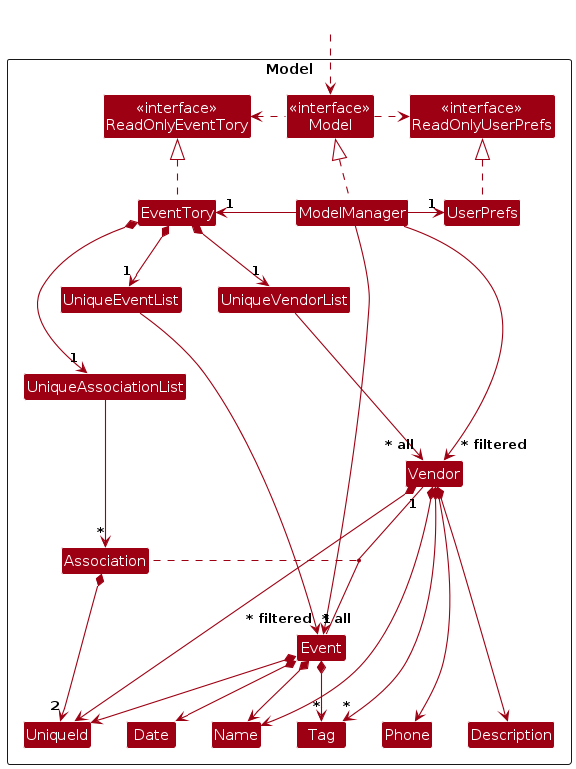
Earlier version of the PlantUML export diagrams/ModelClassDiagram.png (AY2425S1-CS2103-F13-2/tp). Its source is kept beside it as diagrams/ModelClassDiagram.puml.
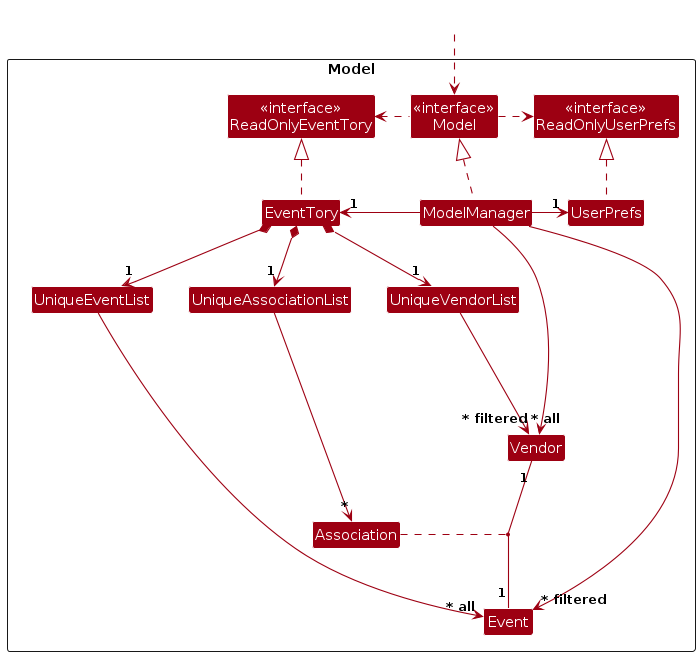
After the commit.

Change to the diagram source:
```diff
@@ -4,30 +4,25 @@
 skinparam arrowColor MODEL_COLOR
 skinparam classBackgroundColor MODEL_COLOR
 
-Package Model as ModelPackage <<Rectangle>>{
-Class "<<interface>>\nReadOnlyEventTory" as ReadOnlyEventTory
-Class "<<interface>>\nReadOnlyUserPrefs" as ReadOnlyUserPrefs
-Class "<<interface>>\nModel" as Model
-Class EventTory
-Class ModelManager
-Class UserPrefs
+Package Model as ModelPackage <<Rectangle>> {
+    Class "<<interface>>\nReadOnlyEventTory" as ReadOnlyEventTory
+    Class "<<interface>>\nReadOnlyUserPrefs" as ReadOnlyUserPrefs
+    Class "<<interface>>\nModel" as Model
+    Class EventTory
+    Class ModelManager
+    Class UserPrefs
 
-Class UniqueVendorList
-Class Vendor
-Class Description
-Class Name
-Class Phone
-Class Tag
-Class UniqueId
+    together {
+        Class UniqueVendorList
+        Class UniqueEventList
+        Class UniqueAssociationList
+    }
 
-Class UniqueEventList
-Class Event
-Class Date
+    Class Vendor
+    Class Event
+    Class Association
 
-Class UniqueAssociationList
-Class Association
-
-Class I #FFFFFF
+    Class I #FFFFFF
 }
 
 Class HiddenOutside #FFFFFF
@@ -46,26 +41,11 @@
 EventTory *--> "1" UniqueVendorList
 EventTory *--> "1" UniqueEventList
 UniqueVendorList --> "~* all" Vendor
-Vendor *--> Name
-Vendor *--> Phone
-Vendor *--> Description
-Vendor *--> UniqueId
-Vendor *--> "*" Tag
-
-UniqueEventList -->  "~* all" Event
-Event *--> Name
-Event *--> Date
-Event *--> UniqueId
-Event *-->  "*" Tag
+UniqueEventList --> "~* all" Event
 
 Vendor -[hidden]up--> I
 UniqueVendorList -[hidden]right-> I
 UniqueEventList -[hidden]right-> I
-
-Name -[hidden]right-> Phone
-Phone -[hidden]right-> Description
-Description -[hidden]right-> UniqueId
-UniqueId -[hidden]right-> Date
 
 ModelManager --> "~* filtered" Vendor
 ModelManager --> "~* filtered" Event
@@ -73,6 +53,5 @@
 UniqueAssociationList --> "*" Association
 Vendor "1" -- "1" Event
 (Vendor, Event) .. Association
-Association *--> "2" UniqueId
 
 @enduml
```
